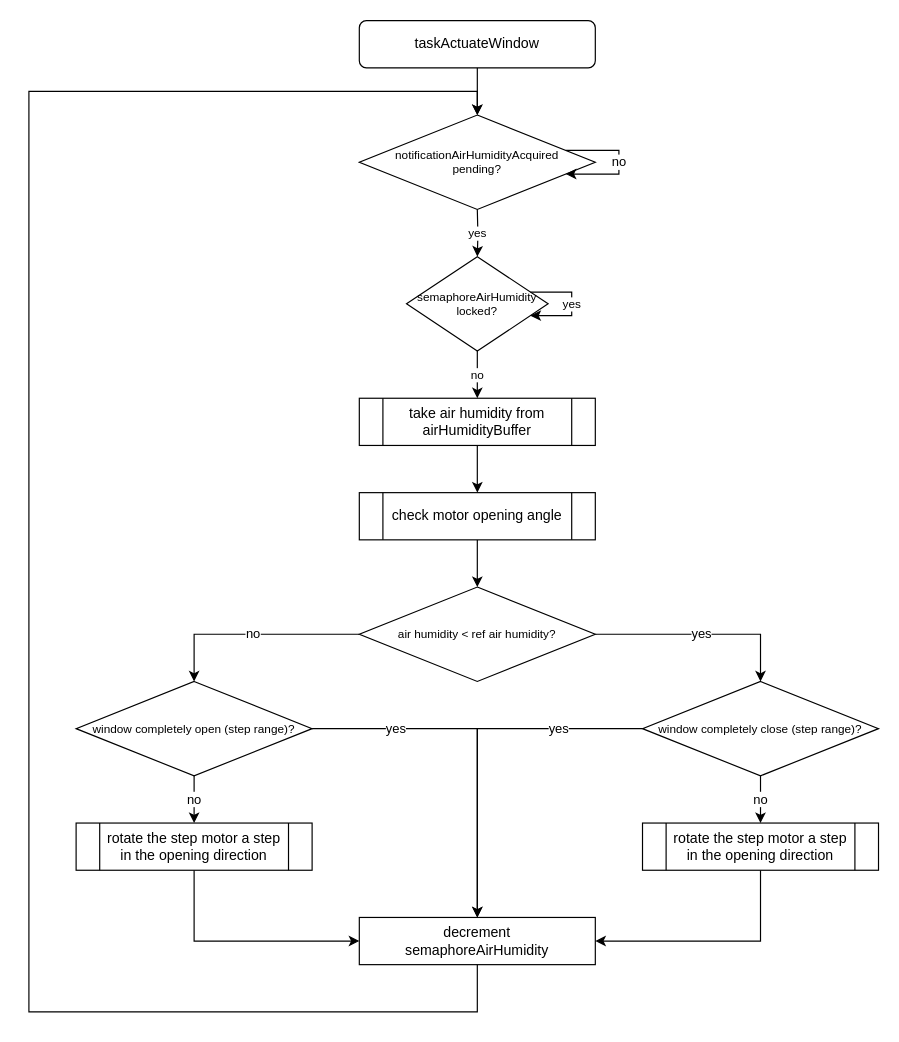
The draw.io diagram Diagrams/taskActuateWindow.drawio in rafaelandrepedro/embebidos2122, before the edit. Source tidied: cells renumbered, new cells numbered last; positions are measured from the earlier drawing's top-left corner, leaving out a move shared by most shapes. Both pictures are drawn from the tidied source at 118%, with x=0, y=0 at pixel (28, 20).
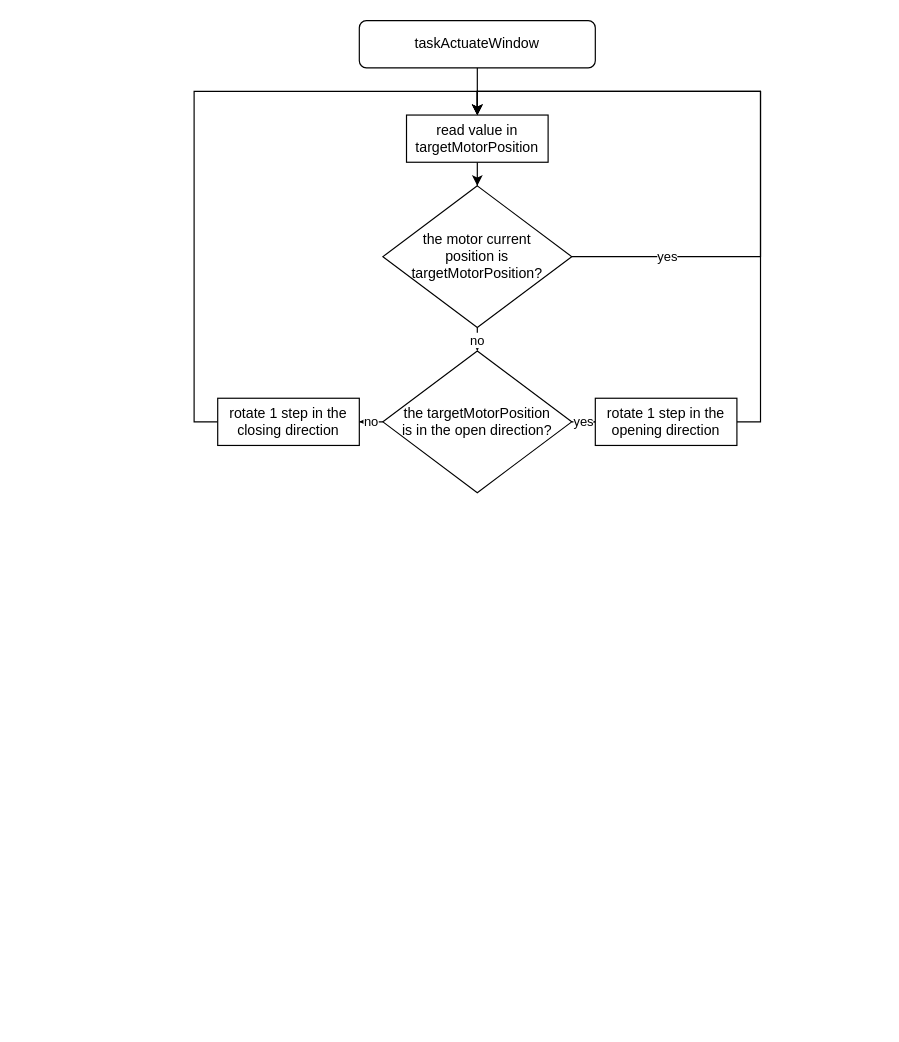
After the change.

What changed in the source:
```diff
@@
-    <mxCell id="4" value="yes" style="edgeStyle=orthogonalEdgeStyle;rounded=0;jettySize=auto;html=1;fontSize=10;" parent="1" edge="1" target="6">
-      <mxGeometry relative="1" as="geometry">
-        <mxPoint x="380" y="160" as="sourcePoint" />
-      </mxGeometry>
-    </mxCell>
-    <mxCell id="5" value="no" style="edgeStyle=orthogonalEdgeStyle;rounded=0;jettySize=auto;html=1;fontSize=10;" parent="1" edge="1" source="6">
-      <mxGeometry relative="1" as="geometry">
-        <mxPoint x="380" y="320" as="targetPoint" />
-      </mxGeometry>
-    </mxCell>
-    <mxCell id="6" value="semaphoreAirHumidity&lt;br style=&quot;font-size: 10px&quot;&gt;locked?" style="rhombus;whiteSpace=wrap;html=1;fontSize=10;" parent="1" vertex="1">
-      <mxGeometry x="320" y="200" width="120" height="80" as="geometry" />
-    </mxCell>
-    <mxCell id="7" value="decrement&lt;br&gt;semaphoreAirHumidity" style="rounded=0;whiteSpace=wrap;html=1;" parent="1" vertex="1">
-      <mxGeometry x="280" y="760" width="200" height="40" as="geometry" />
-    </mxCell>
-    <mxCell id="8" style="edgeStyle=orthogonalEdgeStyle;rounded=0;jettySize=auto;html=1;entryX=0.5;entryY=0;entryDx=0;entryDy=0;fontSize=10;exitX=0.5;exitY=1;exitDx=0;exitDy=0;" parent="1" edge="1" source="7">
-      <mxGeometry relative="1" as="geometry">
-        <mxPoint x="380" y="80" as="targetPoint" />
-        <Array as="points">
-          <mxPoint x="380" y="840" />
-          <mxPoint y="840" />
-          <mxPoint y="60" />
-          <mxPoint x="380" y="60" />
-        </Array>
-      </mxGeometry>
-    </mxCell>
-    <mxCell id="9" value="yes" style="edgeStyle=orthogonalEdgeStyle;rounded=0;orthogonalLoop=1;jettySize=auto;html=1;fontSize=10;" parent="1" edge="1" source="6" target="6">
-      <mxGeometry relative="1" as="geometry" />
-    </mxCell>
-    <mxCell id="10" value="notificationAirHumidityAcquired&lt;br&gt;pending?" style="rhombus;whiteSpace=wrap;html=1;fontSize=10;" parent="1" vertex="1">
-      <mxGeometry x="280" y="80" width="200" height="80" as="geometry" />
-    </mxCell>
-    <mxCell id="11" value="no" style="edgeStyle=orthogonalEdgeStyle;rounded=0;orthogonalLoop=1;jettySize=auto;html=1;" parent="1" edge="1" source="10" target="10">
-      <mxGeometry relative="1" as="geometry" />
-    </mxCell>
-    <mxCell id="12" value="no" style="edgeStyle=orthogonalEdgeStyle;rounded=0;jettySize=auto;html=1;entryX=0.5;entryY=0;entryDx=0;entryDy=0;" parent="1" edge="1" source="14" target="23">
-      <mxGeometry relative="1" as="geometry" />
-    </mxCell>
-    <mxCell id="13" value="yes" style="edgeStyle=orthogonalEdgeStyle;rounded=0;jettySize=auto;html=1;entryX=0.5;entryY=0;entryDx=0;entryDy=0;" parent="1" edge="1" source="14" target="26">
-      <mxGeometry relative="1" as="geometry" />
-    </mxCell>
-    <mxCell id="14" value="&lt;span style=&quot;font-size: 10px&quot;&gt;air humidity &amp;lt; ref air humidity?&lt;br style=&quot;font-size: 10px&quot;&gt;&lt;/span&gt;" style="rhombus;whiteSpace=wrap;html=1;fontSize=10;" parent="1" vertex="1">
-      <mxGeometry x="280" y="480" width="200" height="80" as="geometry" />
-    </mxCell>
-    <mxCell id="15" style="edgeStyle=orthogonalEdgeStyle;rounded=0;jettySize=auto;html=1;entryX=0.5;entryY=0;entryDx=0;entryDy=0;" parent="1" edge="1" source="16" target="18">
-      <mxGeometry relative="1" as="geometry" />
-    </mxCell>
-    <mxCell id="16" value="take air humidity from airHumidityBuffer" style="shape=process;whiteSpace=wrap;html=1;backgroundOutline=1;" parent="1" vertex="1">
-      <mxGeometry x="280" y="320" width="200" height="40" as="geometry" />
-    </mxCell>
-    <mxCell id="17" style="edgeStyle=orthogonalEdgeStyle;rounded=0;jettySize=auto;html=1;" parent="1" edge="1" source="18" target="14">
-      <mxGeometry relative="1" as="geometry" />
-    </mxCell>
-    <mxCell id="18" value="check motor opening angle" style="shape=process;whiteSpace=wrap;html=1;backgroundOutline=1;" parent="1" vertex="1">
-      <mxGeometry x="280" y="400" width="200" height="40" as="geometry" />
-    </mxCell>
-    <mxCell id="19" style="edgeStyle=orthogonalEdgeStyle;rounded=0;jettySize=auto;html=1;entryX=0;entryY=0.5;entryDx=0;entryDy=0;" parent="1" edge="1" source="20" target="7">
-      <mxGeometry relative="1" as="geometry">
-        <Array as="points">
-          <mxPoint x="140" y="780" />
-        </Array>
-      </mxGeometry>
-    </mxCell>
-    <mxCell id="20" value="rotate the step motor a step in the opening direction" style="shape=process;whiteSpace=wrap;html=1;backgroundOutline=1;" parent="1" vertex="1">
-      <mxGeometry x="40" y="680" width="200" height="40" as="geometry" />
-    </mxCell>
-    <mxCell id="21" value="no" style="edgeStyle=orthogonalEdgeStyle;rounded=0;jettySize=auto;html=1;" parent="1" edge="1" source="23" target="20">
-      <mxGeometry relative="1" as="geometry" />
-    </mxCell>
-    <mxCell id="22" value="yes" style="edgeStyle=orthogonalEdgeStyle;rounded=0;jettySize=auto;html=1;entryX=0.5;entryY=0;entryDx=0;entryDy=0;" parent="1" edge="1" source="23" target="7">
-      <mxGeometry x="-0.53" relative="1" as="geometry" />
-    </mxCell>
-    <mxCell id="23" value="&lt;span style=&quot;font-size: 10px&quot;&gt;window completely open (step range)?&lt;br style=&quot;font-size: 10px&quot;&gt;&lt;/span&gt;" style="rhombus;whiteSpace=wrap;html=1;fontSize=10;" parent="1" vertex="1">
-      <mxGeometry x="40" y="560" width="200" height="80" as="geometry" />
-    </mxCell>
-    <mxCell id="24" value="no" style="edgeStyle=orthogonalEdgeStyle;rounded=0;jettySize=auto;html=1;" parent="1" edge="1" source="26" target="28">
-      <mxGeometry relative="1" as="geometry" />
-    </mxCell>
+    <mxCell id="29" style="edgeStyle=orthogonalEdgeStyle;rounded=0;jettySize=auto;html=1;" parent="1" edge="1" source="30" target="33">
+      <mxGeometry relative="1" as="geometry" />
+    </mxCell>
+    <mxCell id="30" value="read value in targetMotorPosition" style="rounded=0;whiteSpace=wrap;html=1;" parent="1" vertex="1">
+      <mxGeometry x="320" y="80" width="120" height="40" as="geometry" />
+    </mxCell>
+    <mxCell id="31" value="no" style="edgeStyle=orthogonalEdgeStyle;rounded=0;jettySize=auto;html=1;" parent="1" edge="1" source="33">
+      <mxGeometry relative="1" as="geometry">
+        <mxPoint x="380" y="280" as="targetPoint" />
+      </mxGeometry>
+    </mxCell>
+    <mxCell id="32" value="yes" style="edgeStyle=orthogonalEdgeStyle;rounded=0;jettySize=auto;html=1;entryX=0.5;entryY=0;entryDx=0;entryDy=0;" parent="1" edge="1" source="33" target="30">
+      <mxGeometry x="-0.71" relative="1" as="geometry">
+        <Array as="points">
+          <mxPoint x="620" y="200" />
+          <mxPoint x="620" y="60" />
+          <mxPoint x="380" y="60" />
+        </Array>
+      </mxGeometry>
+    </mxCell>
+    <mxCell id="33" value="the motor current&lt;br&gt;position is&lt;br&gt;targetMotorPosition?" style="rhombus;whiteSpace=wrap;html=1;" parent="1" vertex="1">
+      <mxGeometry x="300" y="140" width="160" height="120" as="geometry" />
+    </mxCell>
+    <mxCell id="34" value="no" style="edgeStyle=orthogonalEdgeStyle;rounded=0;jettySize=auto;html=1;" parent="1" edge="1" source="35" target="39">
+      <mxGeometry relative="1" as="geometry" />
+    </mxCell>
-    <mxCell id="25" value="yes" style="edgeStyle=orthogonalEdgeStyle;rounded=0;jettySize=auto;html=1;" parent="1" edge="1" source="26" target="7">
-      <mxGeometry x="-0.53" relative="1" as="geometry" />
+    <mxCell id="25" value="yes" style="edgeStyle=orthogonalEdgeStyle;rounded=0;jettySize=auto;html=1;" parent="1" edge="1" source="35" target="37">
+      <mxGeometry relative="1" as="geometry" />
     </mxCell>
-    <mxCell id="26" value="window completely close (step range)?&lt;span style=&quot;font-size: 10px&quot;&gt;&lt;br style=&quot;font-size: 10px&quot;&gt;&lt;/span&gt;" style="rhombus;whiteSpace=wrap;html=1;fontSize=10;" parent="1" vertex="1">
-      <mxGeometry x="520" y="560" width="200" height="80" as="geometry" />
-    </mxCell>
-    <mxCell id="27" style="edgeStyle=orthogonalEdgeStyle;rounded=0;jettySize=auto;html=1;entryX=1;entryY=0.5;entryDx=0;entryDy=0;" parent="1" edge="1" source="28" target="7">
-      <mxGeometry relative="1" as="geometry">
-        <Array as="points">
-          <mxPoint x="620" y="780" />
-        </Array>
-      </mxGeometry>
-    </mxCell>
-    <mxCell id="28" value="rotate the step motor a step in the opening direction" style="shape=process;whiteSpace=wrap;html=1;backgroundOutline=1;" parent="1" vertex="1">
-      <mxGeometry x="520" y="680" width="200" height="40" as="geometry" />
-    </mxCell>
+    <mxCell id="35" value="the targetMotorPosition&lt;br&gt;is in the open direction?" style="rhombus;whiteSpace=wrap;html=1;" parent="1" vertex="1">
+      <mxGeometry x="300" y="280" width="160" height="120" as="geometry" />
+    </mxCell>
+    <mxCell id="36" style="edgeStyle=orthogonalEdgeStyle;rounded=0;jettySize=auto;html=1;entryX=0.5;entryY=0;entryDx=0;entryDy=0;" parent="1" edge="1" source="37" target="30">
+      <mxGeometry relative="1" as="geometry">
+        <Array as="points">
+          <mxPoint x="620" y="340" />
+          <mxPoint x="620" y="60" />
+          <mxPoint x="380" y="60" />
+        </Array>
+      </mxGeometry>
+    </mxCell>
+    <mxCell id="37" value="rotate 1 step in the opening direction" style="rounded=0;whiteSpace=wrap;html=1;" parent="1" vertex="1">
+      <mxGeometry x="480" y="320" width="120" height="40" as="geometry" />
+    </mxCell>
+    <mxCell id="38" style="edgeStyle=orthogonalEdgeStyle;rounded=0;jettySize=auto;html=1;entryX=0.5;entryY=0;entryDx=0;entryDy=0;" parent="1" edge="1" source="39" target="30">
+      <mxGeometry relative="1" as="geometry">
+        <Array as="points">
+          <mxPoint x="140" y="340" />
+          <mxPoint x="140" y="60" />
+          <mxPoint x="380" y="60" />
+        </Array>
+      </mxGeometry>
+    </mxCell>
+    <mxCell id="39" value="rotate 1 step in the closing direction" style="rounded=0;whiteSpace=wrap;html=1;" parent="1" vertex="1">
+      <mxGeometry x="160" y="320" width="120" height="40" as="geometry" />
+    </mxCell>
```
